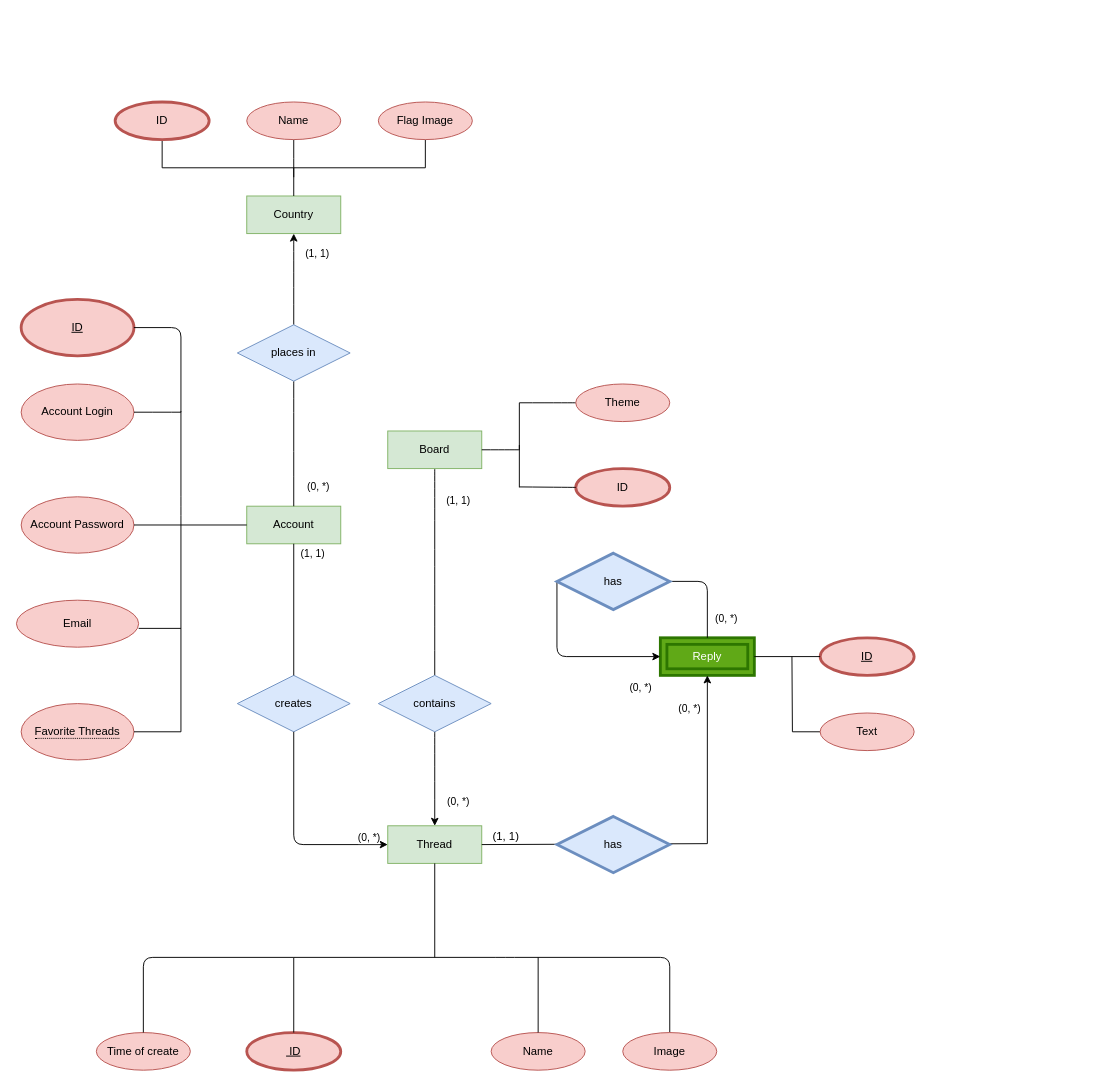
LongaBonga/HSE.ch keeps this draw.io diagram as Concept_iagram.drawio. Above is the earlier version. Source tidied: cells renumbered, new cells numbered last; positions are measured from the earlier drawing's top-left corner, leaving out a move shared by most shapes. Both pictures are drawn from the tidied source at 94%, with x=0, y=0 at pixel (16, 102).
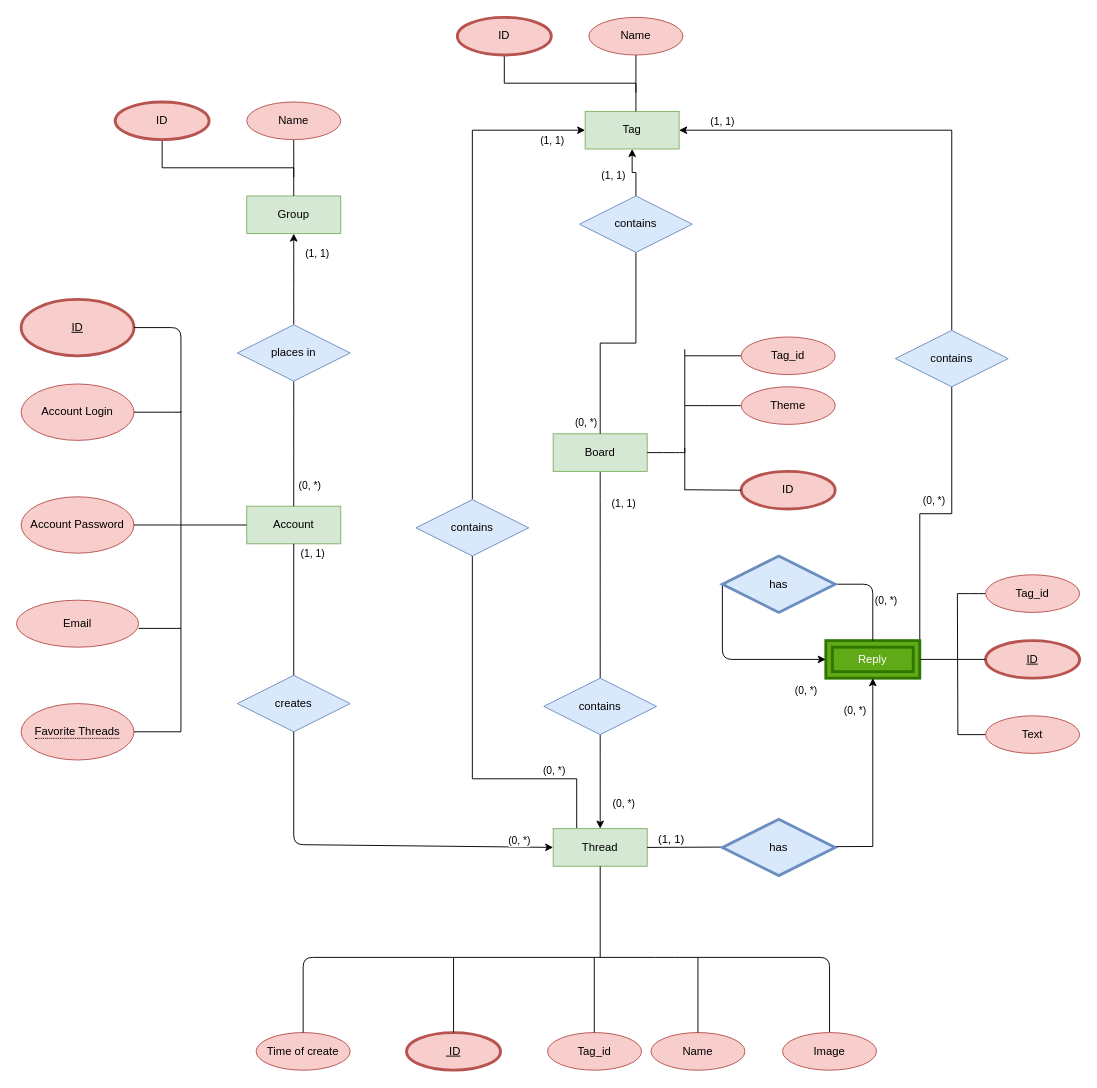
The same diagram, later.

The edit, as a diff of the source:
```diff
@@
+    <mxCell id="65" style="edgeStyle=orthogonalEdgeStyle;rounded=0;jettySize=auto;html=1;exitX=0.25;exitY=0;exitDx=0;exitDy=0;entryX=0.5;entryY=1;entryDx=0;entryDy=0;startArrow=none;startFill=0;endArrow=none;endFill=0;" parent="1" edge="1" source="13" target="86">
+      <mxGeometry relative="1" as="geometry">
+        <Array as="points">
+          <mxPoint x="596" y="720" />
+          <mxPoint x="485" y="720" />
+        </Array>
+      </mxGeometry>
+    </mxCell>
+    <mxCell id="66" value="(0, *)" style="edgeLabel;html=1;align=center;verticalAlign=middle;" parent="65" vertex="1">
+      <mxGeometry x="-0.63" y="-3" relative="1" as="geometry">
+        <mxPoint x="-4" y="-7" as="offset" />
+      </mxGeometry>
+    </mxCell>
     <mxCell id="13" value="Thread" style="whiteSpace=wrap;html=1;align=center;fillColor=#d5e8d4;strokeColor=#82b366;" parent="1" vertex="1">
-      <mxGeometry x="395" y="770" width="100" height="40" as="geometry" />
+      <mxGeometry x="571" y="773" width="100" height="40" as="geometry" />
     </mxCell>
     <mxCell id="14" style="endArrow=none;html=1;entryX=0.5;entryY=0;entryDx=0;entryDy=0;" parent="1" edge="1" target="17">
       <mxGeometry relative="1" as="geometry">
-        <mxPoint x="295" y="910" as="sourcePoint" />
+        <mxPoint x="465" y="910" as="sourcePoint" />
         <Array as="points">
-          <mxPoint x="520" y="910" />
-          <mxPoint x="695" y="910" />
+          <mxPoint x="690" y="910" />
+          <mxPoint x="865" y="910" />
         </Array>
       </mxGeometry>
     </mxCell>
     <mxCell id="15" value="&amp;nbsp;ID" style="ellipse;whiteSpace=wrap;html=1;align=center;fontStyle=4;fillColor=#f8cecc;strokeColor=#b85450;strokeWidth=3;" parent="1" vertex="1">
-      <mxGeometry x="245" y="990" width="100" height="40" as="geometry" />
+      <mxGeometry x="415" y="990" width="100" height="40" as="geometry" />
     </mxCell>
     <mxCell id="16" value="Name" style="ellipse;whiteSpace=wrap;html=1;align=center;fillColor=#f8cecc;strokeColor=#b85450;" parent="1" vertex="1">
-      <mxGeometry x="505" y="990" width="100" height="40" as="geometry" />
+      <mxGeometry x="675" y="990" width="100" height="40" as="geometry" />
     </mxCell>
     <mxCell id="17" value="Image" style="ellipse;whiteSpace=wrap;html=1;align=center;fillColor=#f8cecc;strokeColor=#b85450;" parent="1" vertex="1">
-      <mxGeometry x="645" y="990" width="100" height="40" as="geometry" />
+      <mxGeometry x="815" y="990" width="100" height="40" as="geometry" />
     </mxCell>
     <mxCell id="18" style="endArrow=none;html=1;exitX=0.5;exitY=0;exitDx=0;exitDy=0;" parent="1" edge="1" source="15">
       <mxGeometry relative="1" as="geometry">
-        <mxPoint x="295" y="910" as="targetPoint" />
+        <mxPoint x="465" y="910" as="targetPoint" />
       </mxGeometry>
     </mxCell>
     <mxCell id="19" style="endArrow=none;html=1;exitX=0.5;exitY=0;exitDx=0;exitDy=0;" parent="1" edge="1" source="16">
       <mxGeometry relative="1" as="geometry">
-        <mxPoint x="555" y="910" as="targetPoint" />
+        <mxPoint x="725" y="910" as="targetPoint" />
       </mxGeometry>
     </mxCell>
     <mxCell id="20" style="endArrow=none;html=1;entryX=0.5;entryY=1;entryDx=0;entryDy=0;" parent="1" edge="1" target="13">
       <mxGeometry relative="1" as="geometry">
-        <mxPoint x="445" y="910" as="sourcePoint" />
+        <mxPoint x="621" y="910" as="sourcePoint" />
       </mxGeometry>
     </mxCell>
+    <mxCell id="67" style="edgeStyle=orthogonalEdgeStyle;rounded=0;jettySize=auto;html=1;exitX=1;exitY=0;exitDx=0;exitDy=0;entryX=0.5;entryY=1;entryDx=0;entryDy=0;startArrow=none;startFill=0;endArrow=none;endFill=0;" parent="1" edge="1" source="21" target="91">
+      <mxGeometry relative="1" as="geometry" />
+    </mxCell>
+    <mxCell id="68" value="(0, *)" style="edgeLabel;html=1;align=center;verticalAlign=middle;" parent="67" vertex="1">
+      <mxGeometry x="0.26" relative="1" as="geometry">
+        <mxPoint x="-20" y="8" as="offset" />
+      </mxGeometry>
+    </mxCell>
     <mxCell id="21" value="Reply" style="shape=ext;margin=3;double=1;whiteSpace=wrap;html=1;align=center;strokeWidth=3;fillColor=#60a917;strokeColor=#2D7600;fontColor=#ffffff;" parent="1" vertex="1">
-      <mxGeometry x="685" y="570" width="100" height="40" as="geometry" />
+      <mxGeometry x="861" y="573" width="100" height="40" as="geometry" />
     </mxCell>
     <mxCell id="22" style="endArrow=classic;html=1;rounded=0;entryX=0.5;entryY=1;entryDx=0;entryDy=0;exitX=1;exitY=0.5;exitDx=0;exitDy=0;endFill=1;" parent="1" edge="1" source="13" target="21">
       <mxGeometry relative="1" as="geometry">
         <Array as="points">
-          <mxPoint x="735" y="789" />
+          <mxPoint x="911" y="792" />
         </Array>
       </mxGeometry>
     </mxCell>
@@
     <mxCell id="25" value="has" style="shape=rhombus;perimeter=rhombusPerimeter;whiteSpace=wrap;html=1;align=center;strokeWidth=3;fillColor=#dae8fc;strokeColor=#6c8ebf;" parent="1" vertex="1">
-      <mxGeometry x="575" y="760" width="120" height="60" as="geometry" />
+      <mxGeometry x="751" y="763" width="120" height="60" as="geometry" />
     </mxCell>
     <mxCell id="26" value="ID" style="ellipse;whiteSpace=wrap;html=1;align=center;fontStyle=4;strokeWidth=3;fillColor=#f8cecc;strokeColor=#b85450;" parent="1" vertex="1">
-      <mxGeometry x="855" y="570" width="100" height="40" as="geometry" />
+      <mxGeometry x="1031" y="573" width="100" height="40" as="geometry" />
     </mxCell>
@@
     <mxCell id="28" value="(0, *)" style="endArrow=none;html=1;exitX=0.5;exitY=0;exitDx=0;exitDy=0;entryX=1;entryY=0.5;entryDx=0;entryDy=0;verticalAlign=bottom;" parent="1" edge="1" source="21" target="30">
-      <mxGeometry x="-0.8" y="-20" relative="1" as="geometry">
+      <mxGeometry x="-0.34" y="-14" relative="1" as="geometry">
         <Array as="points">
-          <mxPoint x="735" y="510" />
+          <mxPoint x="911" y="513" />
         </Array>
-        <mxPoint y="-1" as="offset" />
       </mxGeometry>
     </mxCell>
     <mxCell id="29" value="(0, *)" style="endArrow=classic;html=1;entryX=0;entryY=0.5;entryDx=0;entryDy=0;exitX=0;exitY=0.5;exitDx=0;exitDy=0;verticalAlign=top;endFill=1;startArrow=none;startFill=0;" parent="1" edge="1" source="30" target="21">
       <mxGeometry x="0.79" y="-20" relative="1" as="geometry">
         <Array as="points">
-          <mxPoint x="575" y="590" />
+          <mxPoint x="751" y="593" />
         </Array>
         <mxPoint x="-1" as="offset" />
       </mxGeometry>
     </mxCell>
     <mxCell id="30" value="has" style="shape=rhombus;perimeter=rhombusPerimeter;whiteSpace=wrap;html=1;align=center;strokeWidth=3;fillColor=#dae8fc;strokeColor=#6c8ebf;" parent="1" vertex="1">
-      <mxGeometry x="575" y="480" width="120" height="60" as="geometry" />
+      <mxGeometry x="751" y="483" width="120" height="60" as="geometry" />
     </mxCell>
     <mxCell id="31" value="Time of create" style="ellipse;whiteSpace=wrap;html=1;align=center;fillColor=#f8cecc;strokeColor=#b85450;" parent="1" vertex="1">
-      <mxGeometry x="85" y="990" width="100" height="40" as="geometry" />
+      <mxGeometry x="255" y="990" width="100" height="40" as="geometry" />
     </mxCell>
     <mxCell id="32" style="endArrow=none;html=1;verticalAlign=top;exitX=0.5;exitY=0;exitDx=0;exitDy=0;" parent="1" edge="1" source="31">
       <mxGeometry relative="1" as="geometry">
-        <mxPoint x="295" y="910" as="targetPoint" />
+        <mxPoint x="465" y="910" as="targetPoint" />
         <Array as="points">
-          <mxPoint x="135" y="910" />
+          <mxPoint x="305" y="910" />
         </Array>
       </mxGeometry>
     </mxCell>
@@
     <mxCell id="38" value="Board" style="whiteSpace=wrap;html=1;align=center;fillColor=#d5e8d4;strokeColor=#82b366;" parent="1" vertex="1">
-      <mxGeometry x="395" y="350" width="100" height="40" as="geometry" />
+      <mxGeometry x="571" y="353" width="100" height="40" as="geometry" />
     </mxCell>
@@
     <mxCell id="41" value="contains" style="shape=rhombus;perimeter=rhombusPerimeter;whiteSpace=wrap;html=1;align=center;strokeWidth=1;fillColor=#dae8fc;strokeColor=#6c8ebf;" parent="1" vertex="1">
-      <mxGeometry x="385" y="610" width="120" height="60" as="geometry" />
+      <mxGeometry x="561" y="613" width="120" height="60" as="geometry" />
     </mxCell>
     <mxCell id="42" style="edgeStyle=none;curved=1;rounded=0;jettySize=auto;html=1;entryX=1;entryY=0.5;entryDx=0;entryDy=0;endArrow=none;endFill=0;sourcePerimeterSpacing=8;targetPerimeterSpacing=8;" parent="1" edge="1" target="38">
       <mxGeometry relative="1" as="geometry">
-        <mxPoint x="535" y="370" as="sourcePoint" />
+        <mxPoint x="711" y="373" as="sourcePoint" />
       </mxGeometry>
     </mxCell>
     <mxCell id="43" style="edgeStyle=none;curved=1;rounded=0;jettySize=auto;html=1;exitX=0;exitY=0.5;exitDx=0;exitDy=0;endArrow=none;endFill=0;sourcePerimeterSpacing=8;targetPerimeterSpacing=8;" parent="1" edge="1" source="44">
       <mxGeometry relative="1" as="geometry">
-        <mxPoint x="535" y="320" as="targetPoint" />
+        <mxPoint x="711" y="323" as="targetPoint" />
       </mxGeometry>
     </mxCell>
     <mxCell id="44" value="Theme" style="ellipse;whiteSpace=wrap;html=1;align=center;fillColor=#f8cecc;strokeColor=#b85450;strokeWidth=1;" parent="1" vertex="1">
-      <mxGeometry x="595" y="300" width="100" height="40" as="geometry" />
+      <mxGeometry x="771" y="303" width="100" height="40" as="geometry" />
     </mxCell>
     <mxCell id="45" value="ID" style="ellipse;whiteSpace=wrap;html=1;align=center;fillColor=#f8cecc;strokeColor=#b85450;strokeWidth=3;" parent="1" vertex="1">
-      <mxGeometry x="595" y="390" width="100" height="40" as="geometry" />
+      <mxGeometry x="771" y="393" width="100" height="40" as="geometry" />
     </mxCell>
     <mxCell id="46" style="endArrow=none;html=1;sourcePerimeterSpacing=8;targetPerimeterSpacing=8;" parent="1" edge="1">
       <mxGeometry relative="1" as="geometry">
-        <mxPoint x="535" y="370" as="sourcePoint" />
-        <mxPoint x="535" y="320" as="targetPoint" />
+        <mxPoint x="711" y="373" as="sourcePoint" />
+        <mxPoint x="711" y="323" as="targetPoint" />
       </mxGeometry>
     </mxCell>
     <mxCell id="47" style="endArrow=none;html=1;sourcePerimeterSpacing=8;targetPerimeterSpacing=8;" parent="1" edge="1">
       <mxGeometry relative="1" as="geometry">
-        <mxPoint x="535" y="410" as="sourcePoint" />
-        <mxPoint x="535" y="365" as="targetPoint" />
+        <mxPoint x="711" y="413" as="sourcePoint" />
+        <mxPoint x="711" y="368" as="targetPoint" />
       </mxGeometry>
     </mxCell>
     <mxCell id="48" style="edgeStyle=none;curved=1;rounded=0;jettySize=auto;html=1;exitX=0;exitY=0.5;exitDx=0;exitDy=0;endArrow=none;endFill=0;sourcePerimeterSpacing=8;targetPerimeterSpacing=8;" parent="1" edge="1" source="45">
       <mxGeometry relative="1" as="geometry">
-        <mxPoint x="535" y="409.5" as="targetPoint" />
+        <mxPoint x="711" y="412.5" as="targetPoint" />
       </mxGeometry>
     </mxCell>
@@
-    <mxCell id="50" value="Country" style="whiteSpace=wrap;html=1;align=center;fillColor=#d5e8d4;strokeColor=#82b366;" parent="1" vertex="1">
+    <mxCell id="50" value="Group" style="whiteSpace=wrap;html=1;align=center;fillColor=#d5e8d4;strokeColor=#82b366;" parent="1" vertex="1">
       <mxGeometry x="245" y="100" width="100" height="40" as="geometry" />
     </mxCell>
@@
     <mxCell id="52" value="(0, *)" style="edgeLabel;html=1;align=center;verticalAlign=middle;" parent="1" vertex="1">
-      <mxGeometry x="319" y="400" as="geometry">
-        <mxPoint x="1" y="8" as="offset" />
+      <mxGeometry x="495" y="400" as="geometry">
+        <mxPoint x="-184" y="7" as="offset" />
       </mxGeometry>
     </mxCell>
@@
-    <mxCell id="61" style="edgeStyle=orthogonalEdgeStyle;rounded=0;jettySize=auto;html=1;endArrow=none;endFill=0;exitX=0.5;exitY=1;exitDx=0;exitDy=0;" parent="1" edge="1" source="62">
-      <mxGeometry relative="1" as="geometry">
-        <mxPoint x="295" y="70" as="targetPoint" />
-        <Array as="points">
-          <mxPoint x="435" y="70" />
-        </Array>
-      </mxGeometry>
-    </mxCell>
-    <mxCell id="62" value="Flag Image" style="ellipse;whiteSpace=wrap;html=1;align=center;fillColor=#f8cecc;strokeColor=#b85450;strokeWidth=1;" parent="1" vertex="1">
-      <mxGeometry x="385" width="100" height="40" as="geometry" />
-    </mxCell>
     <mxCell id="63" style="edgeStyle=orthogonalEdgeStyle;rounded=0;jettySize=auto;html=1;exitX=0;exitY=0.5;exitDx=0;exitDy=0;startArrow=none;startFill=0;endArrow=none;endFill=0;" parent="1" edge="1" source="64">
       <mxGeometry relative="1" as="geometry">
-        <mxPoint x="825" y="590" as="targetPoint" />
+        <mxPoint x="1001" y="523" as="targetPoint" />
       </mxGeometry>
     </mxCell>
     <mxCell id="64" value="Text" style="ellipse;whiteSpace=wrap;html=1;align=center;fillColor=#f8cecc;strokeColor=#b85450;strokeWidth=1;" parent="1" vertex="1">
-      <mxGeometry x="855" y="650" width="100" height="40" as="geometry" />
+      <mxGeometry x="1031" y="653" width="100" height="40" as="geometry" />
     </mxCell>
+    <mxCell id="69" style="edgeStyle=none;curved=1;rounded=0;jettySize=auto;html=1;exitX=0;exitY=0.5;exitDx=0;exitDy=0;endArrow=none;endFill=0;sourcePerimeterSpacing=8;targetPerimeterSpacing=8;" parent="1" edge="1" source="70">
+      <mxGeometry relative="1" as="geometry">
+        <mxPoint x="711" y="270" as="targetPoint" />
+      </mxGeometry>
+    </mxCell>
+    <mxCell id="70" value="Tag_id" style="ellipse;whiteSpace=wrap;html=1;align=center;fillColor=#f8cecc;strokeColor=#b85450;strokeWidth=1;" parent="1" vertex="1">
+      <mxGeometry x="771" y="250" width="100" height="40" as="geometry" />
+    </mxCell>
+    <mxCell id="71" style="endArrow=none;html=1;sourcePerimeterSpacing=8;targetPerimeterSpacing=8;" parent="1" edge="1">
+      <mxGeometry relative="1" as="geometry">
+        <mxPoint x="711" y="323" as="sourcePoint" />
+        <mxPoint x="711" y="263" as="targetPoint" />
+      </mxGeometry>
+    </mxCell>
+    <mxCell id="72" style="edgeStyle=none;curved=1;rounded=0;jettySize=auto;html=1;exitX=0;exitY=0.5;exitDx=0;exitDy=0;endArrow=none;endFill=0;sourcePerimeterSpacing=8;targetPerimeterSpacing=8;" parent="1" edge="1" source="73">
+      <mxGeometry relative="1" as="geometry">
+        <mxPoint x="1001" y="523" as="targetPoint" />
+      </mxGeometry>
+    </mxCell>
+    <mxCell id="73" value="Tag_id" style="ellipse;whiteSpace=wrap;html=1;align=center;fillColor=#f8cecc;strokeColor=#b85450;strokeWidth=1;" parent="1" vertex="1">
+      <mxGeometry x="1031" y="503" width="100" height="40" as="geometry" />
+    </mxCell>
+    <mxCell id="74" value="Tag_id" style="ellipse;whiteSpace=wrap;html=1;align=center;fillColor=#f8cecc;strokeColor=#b85450;strokeWidth=1;" parent="1" vertex="1">
+      <mxGeometry x="565" y="990" width="100" height="40" as="geometry" />
+    </mxCell>
+    <mxCell id="75" style="endArrow=none;html=1;exitX=0.5;exitY=0;exitDx=0;exitDy=0;" parent="1" edge="1">
+      <mxGeometry relative="1" as="geometry">
+        <mxPoint x="614.7" y="990" as="sourcePoint" />
+        <mxPoint x="614.7" y="910" as="targetPoint" />
+      </mxGeometry>
+    </mxCell>
+    <mxCell id="76" style="edgeStyle=orthogonalEdgeStyle;rounded=0;jettySize=auto;html=1;exitX=0.5;exitY=1;exitDx=0;exitDy=0;entryX=0.5;entryY=0;entryDx=0;entryDy=0;endArrow=none;endFill=0;startArrow=classic;startFill=1;" parent="1" edge="1" source="77" target="83">
+      <mxGeometry relative="1" as="geometry" />
+    </mxCell>
+    <mxCell id="77" value="Tag" style="whiteSpace=wrap;html=1;align=center;fillColor=#d5e8d4;strokeColor=#82b366;" parent="1" vertex="1">
+      <mxGeometry x="605" y="10" width="100" height="40" as="geometry" />
+    </mxCell>
+    <mxCell id="78" style="edgeStyle=orthogonalEdgeStyle;rounded=0;jettySize=auto;html=1;exitX=0.5;exitY=1;exitDx=0;exitDy=0;endArrow=none;endFill=0;" parent="1" edge="1" source="79">
+      <mxGeometry relative="1" as="geometry">
+        <mxPoint x="659" y="-10" as="targetPoint" />
+      </mxGeometry>
+    </mxCell>
+    <mxCell id="79" value="Name" style="ellipse;whiteSpace=wrap;html=1;align=center;fillColor=#f8cecc;strokeColor=#b85450;strokeWidth=1;" parent="1" vertex="1">
+      <mxGeometry x="609" y="-90" width="100" height="40" as="geometry" />
+    </mxCell>
+    <mxCell id="80" style="edgeStyle=orthogonalEdgeStyle;rounded=0;jettySize=auto;html=1;exitX=0.5;exitY=1;exitDx=0;exitDy=0;endArrow=none;endFill=0;" parent="1" edge="1" source="81">
+      <mxGeometry relative="1" as="geometry">
+        <mxPoint x="659" y="10" as="targetPoint" />
+        <Array as="points">
+          <mxPoint x="519" y="-20" />
+          <mxPoint x="659" y="-20" />
+        </Array>
+      </mxGeometry>
+    </mxCell>
+    <mxCell id="81" value="ID" style="ellipse;whiteSpace=wrap;html=1;align=center;fillColor=#f8cecc;strokeColor=#b85450;strokeWidth=3;" parent="1" vertex="1">
+      <mxGeometry x="469" y="-90" width="100" height="40" as="geometry" />
+    </mxCell>
+    <mxCell id="82" style="edgeStyle=orthogonalEdgeStyle;rounded=0;jettySize=auto;html=1;exitX=0.5;exitY=1;exitDx=0;exitDy=0;entryX=0.5;entryY=0;entryDx=0;entryDy=0;endArrow=none;endFill=0;" parent="1" edge="1" source="83" target="38">
+      <mxGeometry relative="1" as="geometry" />
+    </mxCell>
+    <mxCell id="83" value="contains" style="shape=rhombus;perimeter=rhombusPerimeter;whiteSpace=wrap;html=1;align=center;strokeWidth=1;fillColor=#dae8fc;strokeColor=#6c8ebf;" parent="1" vertex="1">
+      <mxGeometry x="599" y="100" width="120" height="60" as="geometry" />
+    </mxCell>
+    <mxCell id="84" style="edgeStyle=orthogonalEdgeStyle;rounded=0;jettySize=auto;html=1;exitX=0.5;exitY=0;exitDx=0;exitDy=0;entryX=0;entryY=0.5;entryDx=0;entryDy=0;startArrow=none;startFill=0;endArrow=classic;endFill=1;" parent="1" edge="1" source="86" target="77">
+      <mxGeometry relative="1" as="geometry">
+        <Array as="points">
+          <mxPoint x="485" y="30" />
+        </Array>
+      </mxGeometry>
+    </mxCell>
+    <mxCell id="85" value="(1, 1)" style="edgeLabel;html=1;align=center;verticalAlign=middle;" parent="84" vertex="1">
+      <mxGeometry x="0.81" y="1" relative="1" as="geometry">
+        <mxPoint x="13" y="11" as="offset" />
+      </mxGeometry>
+    </mxCell>
+    <mxCell id="86" value="contains" style="shape=rhombus;perimeter=rhombusPerimeter;whiteSpace=wrap;html=1;align=center;strokeWidth=1;fillColor=#dae8fc;strokeColor=#6c8ebf;" parent="1" vertex="1">
+      <mxGeometry x="425" y="423" width="120" height="60" as="geometry" />
+    </mxCell>
+    <mxCell id="87" value="(1, 1)" style="edgeLabel;html=1;align=center;verticalAlign=middle;" parent="1" vertex="1">
+      <mxGeometry x="571" y="50" as="geometry">
+        <mxPoint x="63" y="27" as="offset" />
+      </mxGeometry>
+    </mxCell>
+    <mxCell id="88" value="(0, *)" style="edgeLabel;html=1;align=center;verticalAlign=middle;" parent="1" vertex="1">
+      <mxGeometry x="605" y="340" as="geometry" />
+    </mxCell>
+    <mxCell id="89" style="edgeStyle=orthogonalEdgeStyle;rounded=0;jettySize=auto;html=1;exitX=0.5;exitY=0;exitDx=0;exitDy=0;entryX=1;entryY=0.5;entryDx=0;entryDy=0;startArrow=none;startFill=0;endArrow=classic;endFill=1;" parent="1" edge="1" source="91" target="77">
+      <mxGeometry relative="1" as="geometry" />
+    </mxCell>
+    <mxCell id="90" value="(1, 1)" style="edgeLabel;html=1;align=center;verticalAlign=middle;" parent="89" vertex="1">
+      <mxGeometry x="0.79" y="-1" relative="1" as="geometry">
+        <mxPoint x="-8" y="-9" as="offset" />
+      </mxGeometry>
+    </mxCell>
+    <mxCell id="91" value="contains" style="shape=rhombus;perimeter=rhombusPerimeter;whiteSpace=wrap;html=1;align=center;strokeWidth=1;fillColor=#dae8fc;strokeColor=#6c8ebf;" parent="1" vertex="1">
+      <mxGeometry x="935" y="243" width="120" height="60" as="geometry" />
+    </mxCell>
```
